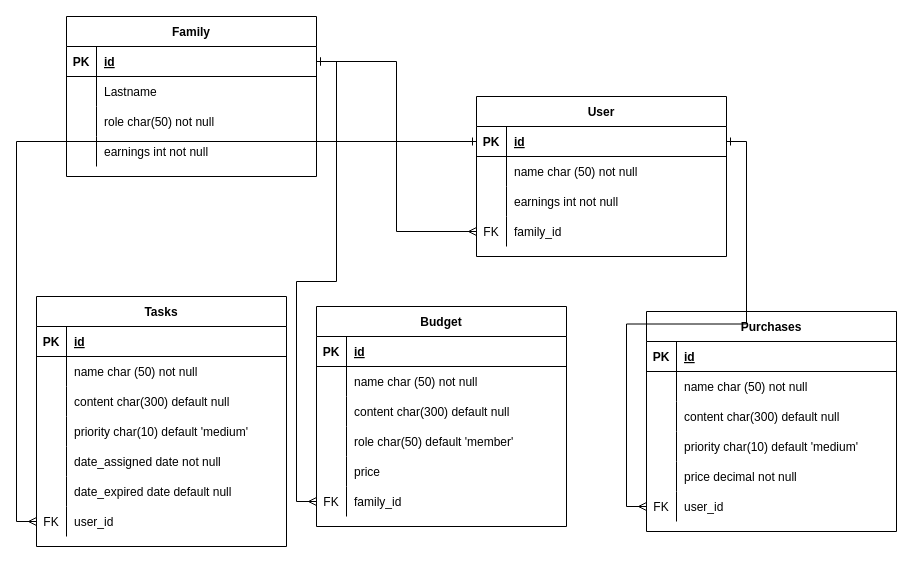
vittrum/todo keeps this draw.io diagram as Schema.drawio. Above is the earlier version. Source tidied: cells renumbered, new cells numbered last; positions are measured from the earlier drawing's top-left corner, leaving out a move shared by most shapes. Both pictures are drawn from the tidied source at 100%, with x=0, y=0 at pixel (36, 16).
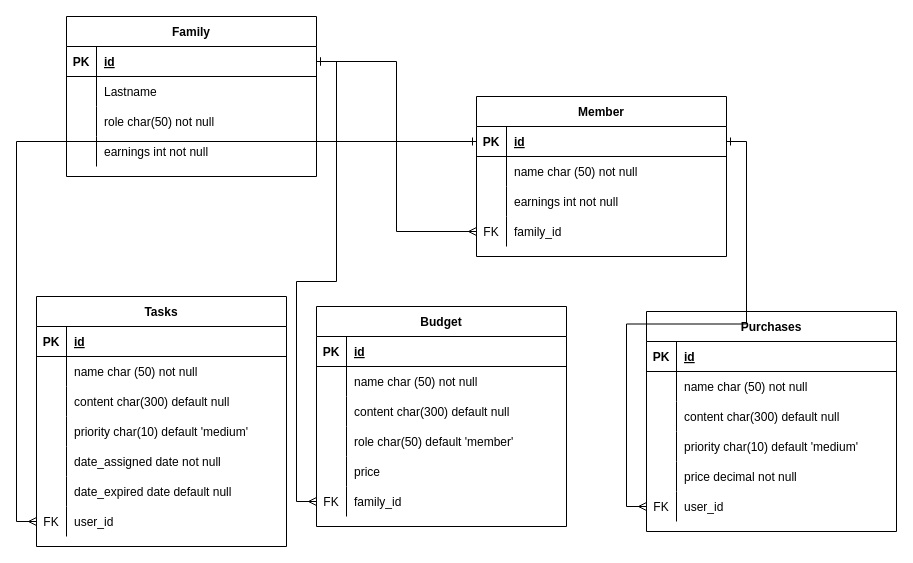
The same diagram, later.

The edit, as a diff of the source:
```diff
@@
-    <mxCell id="62" value="User" style="shape=table;startSize=30;childLayout=tableLayout;rowLines=0;fontStyle=1;align=center;" parent="1" vertex="1">
+    <mxCell id="62" value="Member" style="shape=table;startSize=30;childLayout=tableLayout;rowLines=0;fontStyle=1;align=center;" parent="1" vertex="1">
       <mxGeometry x="440" y="80" width="250" height="160" as="geometry" />
     </mxCell>
```
